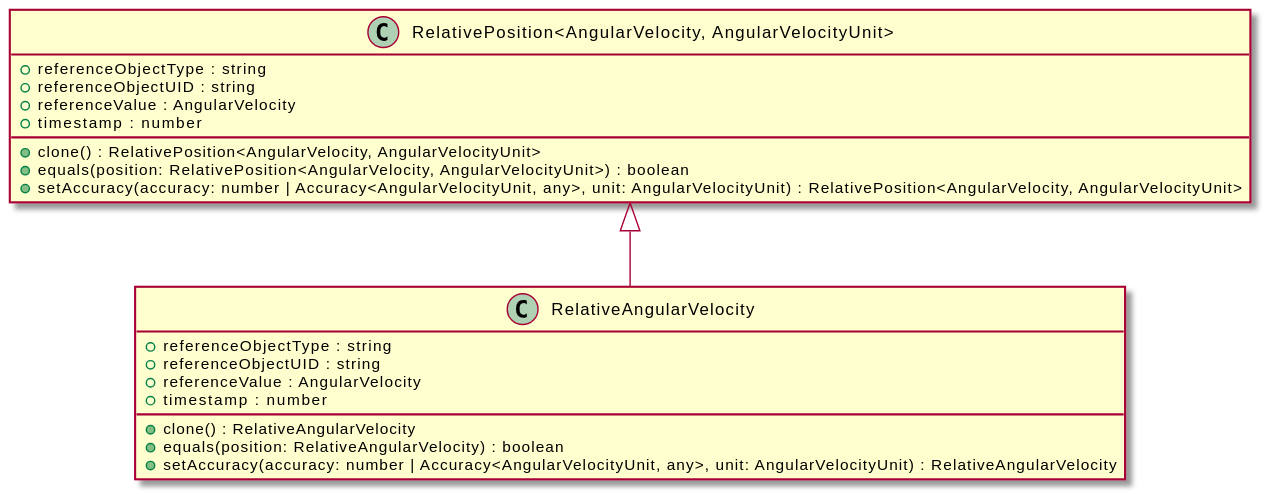
OpenHPS/openhps-core keeps this PlantUML diagram as assets/RelativeAngularVelocity-umlClassDiagram-3784.svg. Above is the earlier version. Its diagram source:
```plantuml
@startuml
skinparam BackgroundColor transparent
hide empty methods
hide empty fields
class "RelativeAngularVelocity" {
    +referenceObjectType : string
    +referenceObjectUID : string
    +referenceValue : AngularVelocity
    +timestamp : number
    +clone() : RelativeAngularVelocity
    +equals(position: RelativeAngularVelocity) : boolean
    +setAccuracy(accuracy: number | Accuracy<AngularVelocityUnit, any>, unit: AngularVelocityUnit) : RelativeAngularVelocity
}
class "RelativePosition<AngularVelocity, AngularVelocityUnit>" {
    +referenceObjectType : string
    +referenceObjectUID : string
    +referenceValue : AngularVelocity
    +timestamp : number
    +clone() : RelativePosition<AngularVelocity, AngularVelocityUnit>
    +equals(position: RelativePosition<AngularVelocity, AngularVelocityUnit>) : boolean
    +setAccuracy(accuracy: number | Accuracy<AngularVelocityUnit, any>, unit: AngularVelocityUnit) : RelativePosition<AngularVelocity, AngularVelocityUnit>
}
"RelativePosition<AngularVelocity, AngularVelocityUnit>" <|-- "RelativeAngularVelocity"
@enduml
```
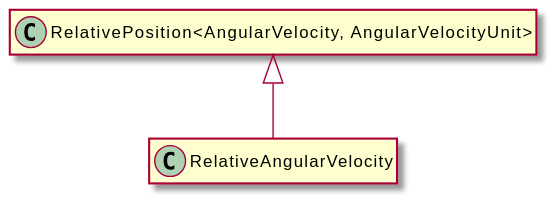
The same diagram one commit later.

What changed in the source:
```diff
@@ -3,22 +3,8 @@
 hide empty methods
 hide empty fields
 class "RelativeAngularVelocity" {
-    +referenceObjectType : string
-    +referenceObjectUID : string
-    +referenceValue : AngularVelocity
-    +timestamp : number
-    +clone() : RelativeAngularVelocity
-    +equals(position: RelativeAngularVelocity) : boolean
-    +setAccuracy(accuracy: number | Accuracy<AngularVelocityUnit, any>, unit: AngularVelocityUnit) : RelativeAngularVelocity
 }
 class "RelativePosition<AngularVelocity, AngularVelocityUnit>" {
-    +referenceObjectType : string
-    +referenceObjectUID : string
-    +referenceValue : AngularVelocity
-    +timestamp : number
-    +clone() : RelativePosition<AngularVelocity, AngularVelocityUnit>
-    +equals(position: RelativePosition<AngularVelocity, AngularVelocityUnit>) : boolean
-    +setAccuracy(accuracy: number | Accuracy<AngularVelocityUnit, any>, unit: AngularVelocityUnit) : RelativePosition<AngularVelocity, AngularVelocityUnit>
 }
 "RelativePosition<AngularVelocity, AngularVelocityUnit>" <|-- "RelativeAngularVelocity"
 @enduml
```
